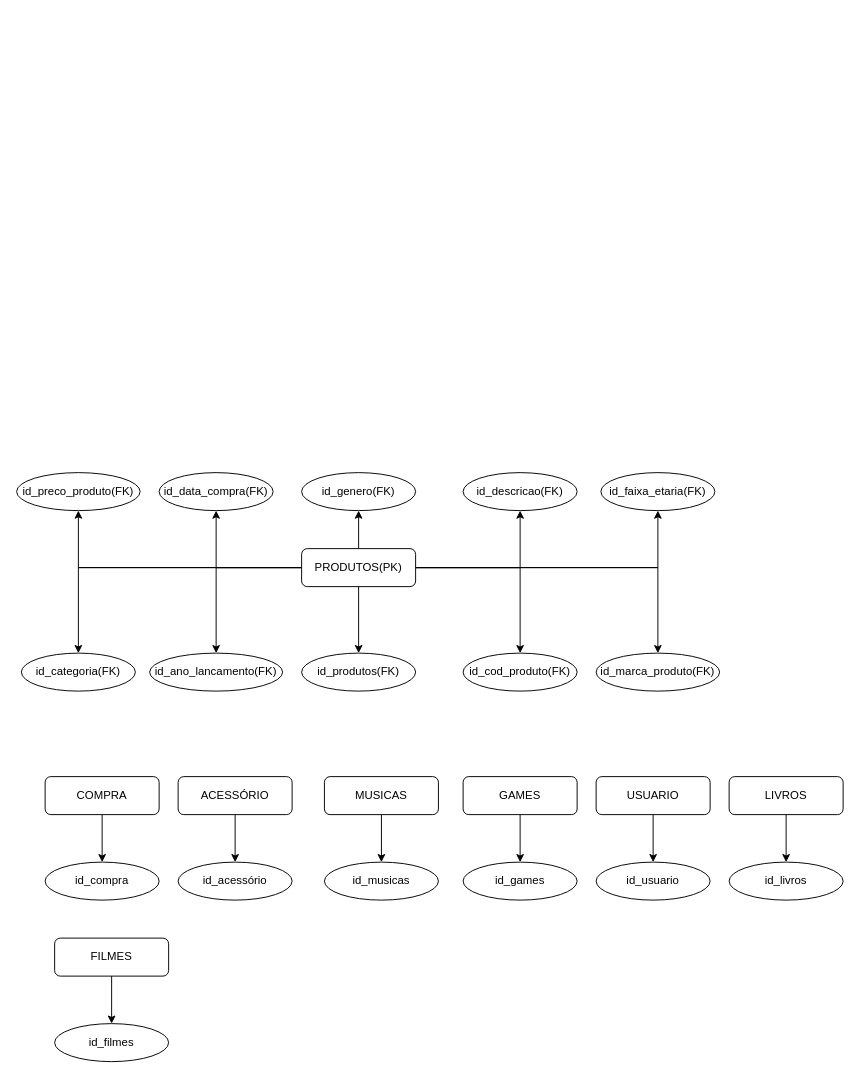
Before: LOJA.drawio in camilamelos/tiroAoAlvo, a draw.io diagram. Source tidied: cells renumbered, new cells numbered last; positions are measured from the earlier drawing's top-left corner, leaving out a move shared by most shapes. Both pictures are drawn from the tidied source at 95%, with x=0, y=0 at pixel (16, 472).
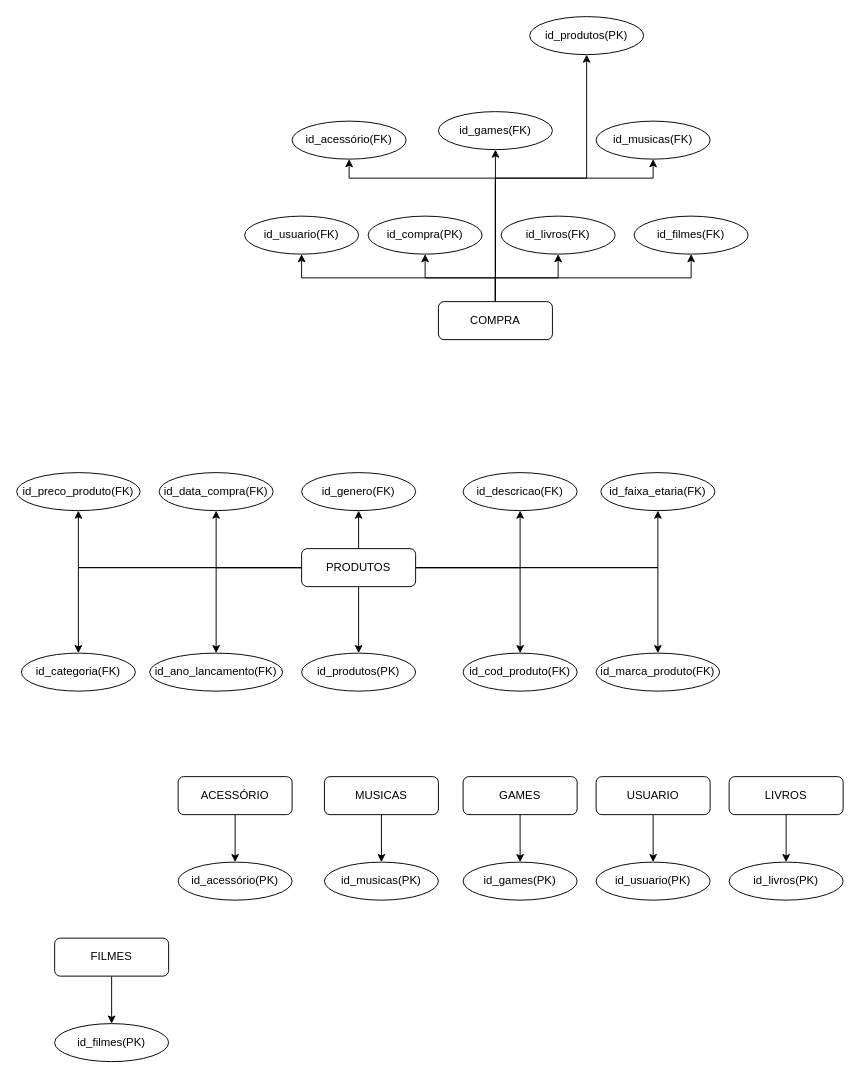
The same page after the edit.

The edit, as a diff of the source:
```diff
@@
-    <mxCell id="20" value="PRODUTOS(PK)" style="rounded=1;whiteSpace=wrap;html=1;" parent="1" vertex="1">
+    <mxCell id="20" value="PRODUTOS" style="rounded=1;whiteSpace=wrap;html=1;" parent="1" vertex="1">
       <mxGeometry x="300" y="80" width="120" height="40" as="geometry" />
     </mxCell>
@@
-    <mxCell id="23" style="edgeStyle=orthogonalEdgeStyle;rounded=0;jettySize=auto;html=1;entryX=0.5;entryY=0;entryDx=0;entryDy=0;" parent="1" edge="1" source="24" target="31">
+    <mxCell id="23" style="edgeStyle=orthogonalEdgeStyle;rounded=0;jettySize=auto;html=1;entryX=0.5;entryY=1;entryDx=0;entryDy=0;exitX=0.5;exitY=0;exitDx=0;exitDy=0;" parent="1" edge="1" source="24" target="31">
       <mxGeometry relative="1" as="geometry" />
     </mxCell>
+    <mxCell id="44" style="edgeStyle=orthogonalEdgeStyle;rounded=0;jettySize=auto;html=1;exitX=0.5;exitY=0;exitDx=0;exitDy=0;entryX=0.5;entryY=1;entryDx=0;entryDy=0;" parent="1" edge="1" source="24" target="51">
+      <mxGeometry relative="1" as="geometry" />
+    </mxCell>
+    <mxCell id="45" style="edgeStyle=orthogonalEdgeStyle;rounded=0;jettySize=auto;html=1;exitX=0.5;exitY=0;exitDx=0;exitDy=0;" parent="1" edge="1" source="24" target="52">
+      <mxGeometry relative="1" as="geometry" />
+    </mxCell>
+    <mxCell id="46" style="edgeStyle=orthogonalEdgeStyle;rounded=0;jettySize=auto;html=1;exitX=0.5;exitY=0;exitDx=0;exitDy=0;entryX=0.5;entryY=1;entryDx=0;entryDy=0;" parent="1" edge="1" source="24" target="53">
+      <mxGeometry relative="1" as="geometry" />
+    </mxCell>
+    <mxCell id="47" style="edgeStyle=orthogonalEdgeStyle;rounded=0;jettySize=auto;html=1;exitX=0.5;exitY=0;exitDx=0;exitDy=0;" parent="1" edge="1" source="24" target="54">
+      <mxGeometry relative="1" as="geometry" />
+    </mxCell>
+    <mxCell id="48" style="edgeStyle=orthogonalEdgeStyle;rounded=0;jettySize=auto;html=1;" parent="1" edge="1" source="24" target="56">
+      <mxGeometry relative="1" as="geometry">
+        <Array as="points">
+          <mxPoint x="504" y="-310" />
+          <mxPoint x="350" y="-310" />
+        </Array>
+      </mxGeometry>
+    </mxCell>
+    <mxCell id="49" style="edgeStyle=orthogonalEdgeStyle;rounded=0;jettySize=auto;html=1;" parent="1" edge="1" source="24" target="55">
+      <mxGeometry relative="1" as="geometry">
+        <Array as="points">
+          <mxPoint x="504" y="-310" />
+          <mxPoint x="670" y="-310" />
+        </Array>
+      </mxGeometry>
+    </mxCell>
+    <mxCell id="50" style="edgeStyle=orthogonalEdgeStyle;rounded=0;jettySize=auto;html=1;entryX=0.5;entryY=1;entryDx=0;entryDy=0;" parent="1" edge="1" source="24" target="57">
+      <mxGeometry relative="1" as="geometry" />
+    </mxCell>
     <mxCell id="24" value="COMPRA" style="rounded=1;whiteSpace=wrap;html=1;" parent="1" vertex="1">
-      <mxGeometry x="30" y="320" width="120" height="40" as="geometry" />
+      <mxGeometry x="444" y="-180" width="120" height="40" as="geometry" />
     </mxCell>
-    <mxCell id="25" value="id_filmes" style="ellipse;whiteSpace=wrap;html=1;" parent="1" vertex="1">
+    <mxCell id="25" value="id_filmes(PK)" style="ellipse;whiteSpace=wrap;html=1;" parent="1" vertex="1">
       <mxGeometry x="40" y="580" width="120" height="40" as="geometry" />
     </mxCell>
-    <mxCell id="26" value="id_games" style="ellipse;whiteSpace=wrap;html=1;" parent="1" vertex="1">
+    <mxCell id="26" value="id_games(PK)" style="ellipse;whiteSpace=wrap;html=1;" parent="1" vertex="1">
       <mxGeometry x="470" y="410" width="120" height="40" as="geometry" />
     </mxCell>
-    <mxCell id="27" value="id_musicas" style="ellipse;whiteSpace=wrap;html=1;" parent="1" vertex="1">
+    <mxCell id="27" value="id_musicas(PK)" style="ellipse;whiteSpace=wrap;html=1;" parent="1" vertex="1">
       <mxGeometry x="324" y="410" width="120" height="40" as="geometry" />
     </mxCell>
-    <mxCell id="28" value="id_produtos(FK)" style="ellipse;whiteSpace=wrap;html=1;" parent="1" vertex="1">
+    <mxCell id="28" value="id_produtos(PK)" style="ellipse;whiteSpace=wrap;html=1;" parent="1" vertex="1">
       <mxGeometry x="300" y="190" width="120" height="40" as="geometry" />
     </mxCell>
-    <mxCell id="29" value="id_livros" style="ellipse;whiteSpace=wrap;html=1;" parent="1" vertex="1">
+    <mxCell id="29" value="id_livros(PK)" style="ellipse;whiteSpace=wrap;html=1;" parent="1" vertex="1">
       <mxGeometry x="750" y="410" width="120" height="40" as="geometry" />
     </mxCell>
-    <mxCell id="30" value="id_usuario" style="ellipse;whiteSpace=wrap;html=1;" parent="1" vertex="1">
+    <mxCell id="30" value="id_usuario(PK)" style="ellipse;whiteSpace=wrap;html=1;" parent="1" vertex="1">
       <mxGeometry x="610" y="410" width="120" height="40" as="geometry" />
     </mxCell>
-    <mxCell id="31" value="id_compra" style="ellipse;whiteSpace=wrap;html=1;" parent="1" vertex="1">
-      <mxGeometry x="30" y="410" width="120" height="40" as="geometry" />
+    <mxCell id="31" value="id_compra(PK)" style="ellipse;whiteSpace=wrap;html=1;" parent="1" vertex="1">
+      <mxGeometry x="370" y="-270" width="120" height="40" as="geometry" />
     </mxCell>
@@
-    <mxCell id="34" value="id_acessório" style="ellipse;whiteSpace=wrap;html=1;" parent="1" vertex="1">
+    <mxCell id="34" value="id_acessório(PK)" style="ellipse;whiteSpace=wrap;html=1;" parent="1" vertex="1">
       <mxGeometry x="170" y="410" width="120" height="40" as="geometry" />
     </mxCell>
@@
+    <mxCell id="51" value="id_livros(FK)" style="ellipse;whiteSpace=wrap;html=1;" parent="1" vertex="1">
+      <mxGeometry x="510" y="-270" width="120" height="40" as="geometry" />
+    </mxCell>
+    <mxCell id="52" value="id_usuario(FK)" style="ellipse;whiteSpace=wrap;html=1;" parent="1" vertex="1">
+      <mxGeometry x="240" y="-270" width="120" height="40" as="geometry" />
+    </mxCell>
+    <mxCell id="53" value="id_filmes(FK)" style="ellipse;whiteSpace=wrap;html=1;" parent="1" vertex="1">
+      <mxGeometry x="650" y="-270" width="120" height="40" as="geometry" />
+    </mxCell>
+    <mxCell id="54" value="id_games(FK)" style="ellipse;whiteSpace=wrap;html=1;" parent="1" vertex="1">
+      <mxGeometry x="444" y="-380" width="120" height="40" as="geometry" />
+    </mxCell>
+    <mxCell id="55" value="id_musicas(FK)" style="ellipse;whiteSpace=wrap;html=1;" parent="1" vertex="1">
+      <mxGeometry x="610" y="-370" width="120" height="40" as="geometry" />
+    </mxCell>
+    <mxCell id="56" value="id_acessório(FK)" style="ellipse;whiteSpace=wrap;html=1;" parent="1" vertex="1">
+      <mxGeometry x="290" y="-370" width="120" height="40" as="geometry" />
+    </mxCell>
+    <mxCell id="57" value="id_produtos(PK)" style="ellipse;whiteSpace=wrap;html=1;" parent="1" vertex="1">
+      <mxGeometry x="540" y="-480" width="120" height="40" as="geometry" />
+    </mxCell>
```
